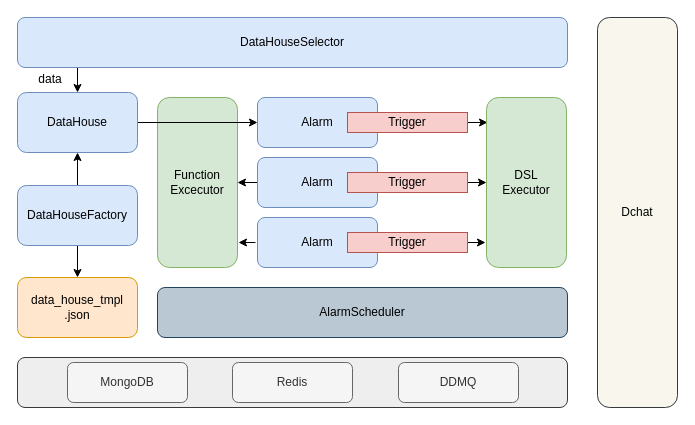
Before: page "第 2 页" (2 of 2) of drawio/稳定性数据管理平台业务架构.drawio in xiaofang168/files, a draw.io diagram. Source tidied: cells renumbered, new cells numbered last; positions are measured from the earlier drawing's top-left corner, leaving out a move shared by most shapes. Both pictures are drawn from the tidied source at 100%, with x=0, y=0 at pixel (17, 17).
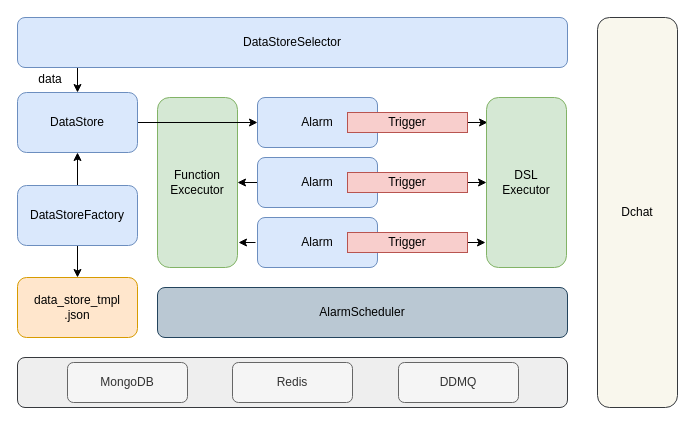
After the change.

Commit message:
更新稳定性数据管理平台业务架构.drawio

Diff of the diagram source:
```diff
@@
-    <mxCell id="6" value="data_house_tmpl&lt;br&gt;.json" style="rounded=1;whiteSpace=wrap;html=1;fillColor=#ffe6cc;strokeColor=#d79b00;" parent="1" vertex="1">
+    <mxCell id="6" value="data_store_tmpl&lt;br&gt;.json" style="rounded=1;whiteSpace=wrap;html=1;fillColor=#ffe6cc;strokeColor=#d79b00;" parent="1" vertex="1">
       <mxGeometry y="260" width="120" height="60" as="geometry" />
     </mxCell>
@@
-    <mxCell id="9" value="DataHouseFactory" style="rounded=1;whiteSpace=wrap;html=1;fillColor=#dae8fc;strokeColor=#6c8ebf;" parent="1" vertex="1">
+    <mxCell id="9" value="DataStoreFactory" style="rounded=1;whiteSpace=wrap;html=1;fillColor=#dae8fc;strokeColor=#6c8ebf;" parent="1" vertex="1">
       <mxGeometry y="168" width="120" height="60" as="geometry" />
     </mxCell>
@@
-    <mxCell id="11" value="DataHouse" style="rounded=1;whiteSpace=wrap;html=1;fillColor=#dae8fc;strokeColor=#6c8ebf;" parent="1" vertex="1">
+    <mxCell id="11" value="DataStore" style="rounded=1;whiteSpace=wrap;html=1;fillColor=#dae8fc;strokeColor=#6c8ebf;" parent="1" vertex="1">
       <mxGeometry y="75" width="120" height="60" as="geometry" />
     </mxCell>
@@
-    <mxCell id="23" value="DataHouseSelector" style="rounded=1;whiteSpace=wrap;html=1;fillColor=#dae8fc;strokeColor=#6c8ebf;" parent="1" vertex="1">
+    <mxCell id="23" value="DataStoreSelector" style="rounded=1;whiteSpace=wrap;html=1;fillColor=#dae8fc;strokeColor=#6c8ebf;" parent="1" vertex="1">
       <mxGeometry width="550" height="50" as="geometry" />
     </mxCell>
```
